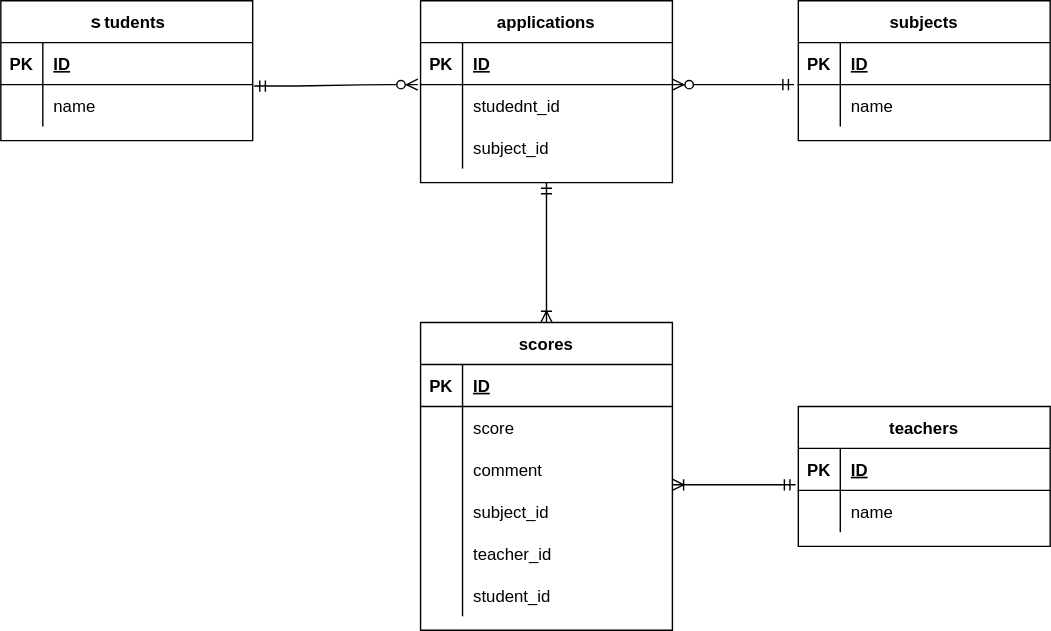
Before: 20221204_koyama03.drawio.svg, a diagram exported from draw.io (koyama-anna/20221203_koyama). Source tidied: cells renumbered, new cells last; positions are measured from the earlier drawing's top-left corner, leaving out a move shared by most shapes. The source it was exported from:
```xml
<mxGraphModel>
  <root>
    <mxCell id="0" />
    <mxCell id="1" parent="0" />
    <mxCell id="2" value="ｓtudents" style="shape=table;startSize=30;rowLines=0;fontStyle=1;align=center;" parent="1" vertex="1">
      <mxGeometry width="180" height="100" as="geometry" />
    </mxCell>
    <mxCell id="3" style="shape=partialRectangle;fillColor=none;top=0;left=0;bottom=1;right=0;" parent="2" vertex="1">
      <mxGeometry y="30" width="180" height="30" as="geometry" />
    </mxCell>
    <mxCell id="4" value="PK" style="shape=partialRectangle;fillColor=none;top=0;left=0;bottom=0;right=0;fontStyle=1;overflow=hidden;" parent="3" vertex="1">
      <mxGeometry width="30" height="30" as="geometry" />
    </mxCell>
    <mxCell id="5" value="ID" style="shape=partialRectangle;fillColor=none;top=0;left=0;bottom=0;right=0;align=left;spacingLeft=6;fontStyle=5;overflow=hidden;" parent="3" vertex="1">
      <mxGeometry x="30" width="150" height="30" as="geometry" />
    </mxCell>
    <mxCell id="6" style="shape=partialRectangle;fillColor=none;top=0;left=0;bottom=0;right=0;points=[[0,0.5],[1,0.5]];portConstraint=eastwest;" parent="2" vertex="1">
      <mxGeometry y="60" width="180" height="30" as="geometry" />
    </mxCell>
    <mxCell id="7" style="shape=partialRectangle;fillColor=none;top=0;left=0;bottom=0;right=0;overflow=hidden;" parent="6" vertex="1">
      <mxGeometry width="30" height="30" as="geometry" />
    </mxCell>
    <mxCell id="8" value="name" style="shape=partialRectangle;fillColor=none;top=0;left=0;bottom=0;right=0;align=left;spacingLeft=6;overflow=hidden;" parent="6" vertex="1">
      <mxGeometry x="30" width="150" height="30" as="geometry" />
    </mxCell>
    <mxCell id="9" value="subjects" style="shape=table;startSize=30;rowLines=0;fontStyle=1;align=center;" parent="1" vertex="1">
      <mxGeometry x="570" width="180" height="100" as="geometry" />
    </mxCell>
    <mxCell id="10" style="shape=partialRectangle;fillColor=none;top=0;left=0;bottom=1;right=0;" parent="9" vertex="1">
      <mxGeometry y="30" width="180" height="30" as="geometry" />
    </mxCell>
    <mxCell id="11" value="PK" style="shape=partialRectangle;fillColor=none;top=0;left=0;bottom=0;right=0;fontStyle=1;overflow=hidden;" parent="10" vertex="1">
      <mxGeometry width="30" height="30" as="geometry" />
    </mxCell>
    <mxCell id="12" value="ID" style="shape=partialRectangle;fillColor=none;top=0;left=0;bottom=0;right=0;align=left;spacingLeft=6;fontStyle=5;overflow=hidden;" parent="10" vertex="1">
      <mxGeometry x="30" width="150" height="30" as="geometry" />
    </mxCell>
    <mxCell id="13" style="shape=partialRectangle;fillColor=none;top=0;left=0;bottom=0;right=0;points=[[0,0.5],[1,0.5]];portConstraint=eastwest;" parent="9" vertex="1">
      <mxGeometry y="60" width="180" height="30" as="geometry" />
    </mxCell>
    <mxCell id="14" style="shape=partialRectangle;fillColor=none;top=0;left=0;bottom=0;right=0;overflow=hidden;" parent="13" vertex="1">
      <mxGeometry width="30" height="30" as="geometry" />
    </mxCell>
    <mxCell id="15" value="name" style="shape=partialRectangle;fillColor=none;top=0;left=0;bottom=0;right=0;align=left;spacingLeft=6;overflow=hidden;" parent="13" vertex="1">
      <mxGeometry x="30" width="150" height="30" as="geometry" />
    </mxCell>
    <mxCell id="16" value="applications" style="shape=table;startSize=30;rowLines=0;fontStyle=1;align=center;" parent="1" vertex="1">
      <mxGeometry x="300" width="180" height="130" as="geometry" />
    </mxCell>
    <mxCell id="17" style="shape=partialRectangle;fillColor=none;top=0;left=0;bottom=1;right=0;" parent="16" vertex="1">
      <mxGeometry y="30" width="180" height="30" as="geometry" />
    </mxCell>
    <mxCell id="18" value="PK" style="shape=partialRectangle;fillColor=none;top=0;left=0;bottom=0;right=0;fontStyle=1;overflow=hidden;" parent="17" vertex="1">
      <mxGeometry width="30" height="30" as="geometry" />
    </mxCell>
    <mxCell id="19" value="ID" style="shape=partialRectangle;fillColor=none;top=0;left=0;bottom=0;right=0;align=left;spacingLeft=6;fontStyle=5;overflow=hidden;" parent="17" vertex="1">
      <mxGeometry x="30" width="150" height="30" as="geometry" />
    </mxCell>
    <mxCell id="20" style="shape=partialRectangle;fillColor=none;top=0;left=0;bottom=0;right=0;points=[[0,0.5],[1,0.5]];portConstraint=eastwest;" parent="16" vertex="1">
      <mxGeometry y="60" width="180" height="30" as="geometry" />
    </mxCell>
    <mxCell id="21" style="shape=partialRectangle;fillColor=none;top=0;left=0;bottom=0;right=0;overflow=hidden;" parent="20" vertex="1">
      <mxGeometry width="30" height="30" as="geometry" />
    </mxCell>
    <mxCell id="22" value="studednt_id" style="shape=partialRectangle;fillColor=none;top=0;left=0;bottom=0;right=0;align=left;spacingLeft=6;overflow=hidden;" parent="20" vertex="1">
      <mxGeometry x="30" width="150" height="30" as="geometry" />
    </mxCell>
    <mxCell id="23" style="shape=partialRectangle;fillColor=none;top=0;left=0;bottom=0;right=0;" parent="16" vertex="1">
      <mxGeometry y="90" width="180" height="30" as="geometry" />
    </mxCell>
    <mxCell id="24" style="shape=partialRectangle;fillColor=none;top=0;left=0;bottom=0;right=0;overflow=hidden;" parent="23" vertex="1">
      <mxGeometry width="30" height="30" as="geometry" />
    </mxCell>
    <mxCell id="25" value="subject_id" style="shape=partialRectangle;fillColor=none;top=0;left=0;bottom=0;right=0;align=left;spacingLeft=6;overflow=hidden;" parent="23" vertex="1">
      <mxGeometry x="30" width="150" height="30" as="geometry" />
    </mxCell>
    <mxCell id="26" value="scores" style="shape=table;startSize=30;rowLines=0;fontStyle=1;align=center;" parent="1" vertex="1">
      <mxGeometry x="300" y="230" width="180" height="220" as="geometry" />
    </mxCell>
    <mxCell id="27" style="shape=partialRectangle;fillColor=none;top=0;left=0;bottom=1;right=0;" parent="26" vertex="1">
      <mxGeometry y="30" width="180" height="30" as="geometry" />
    </mxCell>
    <mxCell id="28" value="PK" style="shape=partialRectangle;fillColor=none;top=0;left=0;bottom=0;right=0;fontStyle=1;overflow=hidden;" parent="27" vertex="1">
      <mxGeometry width="30" height="30" as="geometry" />
    </mxCell>
    <mxCell id="29" value="ID" style="shape=partialRectangle;fillColor=none;top=0;left=0;bottom=0;right=0;align=left;spacingLeft=6;fontStyle=5;overflow=hidden;" parent="27" vertex="1">
      <mxGeometry x="30" width="150" height="30" as="geometry" />
    </mxCell>
    <mxCell id="30" style="shape=partialRectangle;fillColor=none;top=0;left=0;bottom=0;right=0;" parent="26" vertex="1">
      <mxGeometry y="60" width="180" height="30" as="geometry" />
    </mxCell>
    <mxCell id="31" style="shape=partialRectangle;fillColor=none;top=0;left=0;bottom=0;right=0;overflow=hidden;" parent="30" vertex="1">
      <mxGeometry width="30" height="30" as="geometry" />
    </mxCell>
    <mxCell id="32" value="score" style="shape=partialRectangle;fillColor=none;top=0;left=0;bottom=0;right=0;align=left;spacingLeft=6;overflow=hidden;" parent="30" vertex="1">
      <mxGeometry x="30" width="150" height="30" as="geometry" />
    </mxCell>
    <mxCell id="33" style="shape=partialRectangle;fillColor=none;top=0;left=0;bottom=0;right=0;" parent="26" vertex="1">
      <mxGeometry y="90" width="180" height="30" as="geometry" />
    </mxCell>
    <mxCell id="34" style="shape=partialRectangle;fillColor=none;top=0;left=0;bottom=0;right=0;overflow=hidden;" parent="33" vertex="1">
      <mxGeometry width="30" height="30" as="geometry" />
    </mxCell>
    <mxCell id="35" value="comment" style="shape=partialRectangle;fillColor=none;top=0;left=0;bottom=0;right=0;align=left;spacingLeft=6;overflow=hidden;" parent="33" vertex="1">
      <mxGeometry x="30" width="150" height="30" as="geometry" />
    </mxCell>
    <mxCell id="36" style="shape=partialRectangle;fillColor=none;top=0;left=0;bottom=0;right=0;" parent="26" vertex="1">
      <mxGeometry y="120" width="180" height="30" as="geometry" />
    </mxCell>
    <mxCell id="37" style="shape=partialRectangle;fillColor=none;top=0;left=0;bottom=0;right=0;overflow=hidden;" parent="36" vertex="1">
      <mxGeometry width="30" height="30" as="geometry" />
    </mxCell>
    <mxCell id="38" value="subject_id" style="shape=partialRectangle;fillColor=none;top=0;left=0;bottom=0;right=0;align=left;spacingLeft=6;overflow=hidden;" parent="36" vertex="1">
      <mxGeometry x="30" width="150" height="30" as="geometry" />
    </mxCell>
    <mxCell id="39" style="shape=partialRectangle;fillColor=none;top=0;left=0;bottom=0;right=0;" parent="26" vertex="1">
      <mxGeometry y="150" width="180" height="30" as="geometry" />
    </mxCell>
    <mxCell id="40" style="shape=partialRectangle;fillColor=none;top=0;left=0;bottom=0;right=0;overflow=hidden;" parent="39" vertex="1">
      <mxGeometry width="30" height="30" as="geometry" />
    </mxCell>
    <mxCell id="41" value="teacher_id" style="shape=partialRectangle;fillColor=none;top=0;left=0;bottom=0;right=0;align=left;spacingLeft=6;overflow=hidden;" parent="39" vertex="1">
      <mxGeometry x="30" width="150" height="30" as="geometry" />
    </mxCell>
    <mxCell id="42" style="shape=partialRectangle;fillColor=none;top=0;left=0;bottom=0;right=0;" parent="26" vertex="1">
      <mxGeometry y="180" width="180" height="30" as="geometry" />
    </mxCell>
    <mxCell id="43" style="shape=partialRectangle;fillColor=none;top=0;left=0;bottom=0;right=0;overflow=hidden;" parent="42" vertex="1">
      <mxGeometry width="30" height="30" as="geometry" />
    </mxCell>
    <mxCell id="44" value="student_id" style="shape=partialRectangle;fillColor=none;top=0;left=0;bottom=0;right=0;align=left;spacingLeft=6;overflow=hidden;" parent="42" vertex="1">
      <mxGeometry x="30" width="150" height="30" as="geometry" />
    </mxCell>
    <mxCell id="45" value="teachers" style="shape=table;startSize=30;rowLines=0;fontStyle=1;align=center;" parent="1" vertex="1">
      <mxGeometry x="570" y="290" width="180" height="100" as="geometry" />
    </mxCell>
    <mxCell id="46" style="shape=partialRectangle;fillColor=none;top=0;left=0;bottom=1;right=0;points=[[0,0.5],[1,0.5]];portConstraint=eastwest;" parent="45" vertex="1">
      <mxGeometry y="30" width="180" height="30" as="geometry" />
    </mxCell>
    <mxCell id="47" value="PK" style="shape=partialRectangle;fillColor=none;top=0;left=0;bottom=0;right=0;fontStyle=1;overflow=hidden;" parent="46" vertex="1">
      <mxGeometry width="30" height="30" as="geometry" />
    </mxCell>
    <mxCell id="48" value="ID" style="shape=partialRectangle;fillColor=none;top=0;left=0;bottom=0;right=0;align=left;spacingLeft=6;fontStyle=5;overflow=hidden;" parent="46" vertex="1">
      <mxGeometry x="30" width="150" height="30" as="geometry" />
    </mxCell>
    <mxCell id="49" style="shape=partialRectangle;fillColor=none;top=0;left=0;bottom=0;right=0;" parent="45" vertex="1">
      <mxGeometry y="60" width="180" height="30" as="geometry" />
    </mxCell>
    <mxCell id="50" style="shape=partialRectangle;fillColor=none;top=0;left=0;bottom=0;right=0;overflow=hidden;" parent="49" vertex="1">
      <mxGeometry width="30" height="30" as="geometry" />
    </mxCell>
    <mxCell id="51" value="name" style="shape=partialRectangle;fillColor=none;top=0;left=0;bottom=0;right=0;align=left;spacingLeft=6;overflow=hidden;" parent="49" vertex="1">
      <mxGeometry x="30" width="150" height="30" as="geometry" />
    </mxCell>
    <mxCell id="52" style="edgeStyle=entityRelationEdgeStyle;fontSize=12;html=1;endArrow=ERzeroToMany;startArrow=ERmandOne;entryX=-0.011;entryY=0;entryDx=0;entryDy=0;entryPerimeter=0;exitX=1.006;exitY=0.033;exitDx=0;exitDy=0;exitPerimeter=0;" parent="1" edge="1" source="6" target="20">
      <mxGeometry relative="1" as="geometry" />
    </mxCell>
    <mxCell id="53" style="fontSize=12;html=1;endArrow=ERzeroToMany;startArrow=ERmandOne;entryX=1;entryY=0;entryDx=0;entryDy=0;exitX=-0.017;exitY=0;exitDx=0;exitDy=0;exitPerimeter=0;entryPerimeter=0;" parent="1" edge="1" source="13" target="20">
      <mxGeometry relative="1" as="geometry" />
    </mxCell>
    <mxCell id="54" style="fontSize=12;html=1;endArrow=ERoneToMany;startArrow=ERmandOne;exitX=-0.011;exitY=0.867;exitDx=0;exitDy=0;exitPerimeter=0;" parent="1" edge="1" source="46">
      <mxGeometry relative="1" as="geometry">
        <mxPoint x="480" y="346" as="targetPoint" />
      </mxGeometry>
    </mxCell>
    <mxCell id="55" style="fontSize=12;html=1;endArrow=ERoneToMany;startArrow=ERmandOne;entryX=0.5;entryY=0;entryDx=0;entryDy=0;exitX=0.5;exitY=1;exitDx=0;exitDy=0;" parent="1" edge="1" source="16" target="26">
      <mxGeometry relative="1" as="geometry" />
    </mxCell>
  </root>
</mxGraphModel>
```
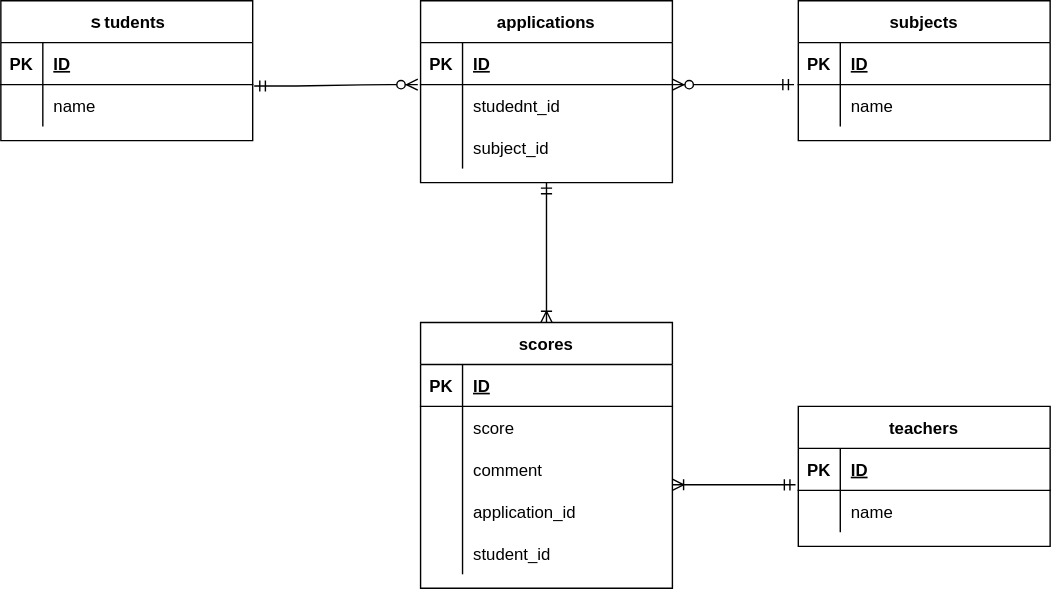
Above is the later version.

Change to the diagram source:
```diff
@@ -75,7 +75,7 @@
       <mxGeometry x="30" width="150" height="30" as="geometry" />
     </mxCell>
     <mxCell id="26" value="scores" style="shape=table;startSize=30;rowLines=0;fontStyle=1;align=center;" parent="1" vertex="1">
-      <mxGeometry x="300" y="230" width="180" height="220" as="geometry" />
+      <mxGeometry x="300" y="230" width="180" height="190" as="geometry" />
     </mxCell>
     <mxCell id="27" style="shape=partialRectangle;fillColor=none;top=0;left=0;bottom=1;right=0;" parent="26" vertex="1">
       <mxGeometry y="30" width="180" height="30" as="geometry" />
@@ -110,20 +110,11 @@
     <mxCell id="37" style="shape=partialRectangle;fillColor=none;top=0;left=0;bottom=0;right=0;overflow=hidden;" parent="36" vertex="1">
       <mxGeometry width="30" height="30" as="geometry" />
     </mxCell>
-    <mxCell id="38" value="subject_id" style="shape=partialRectangle;fillColor=none;top=0;left=0;bottom=0;right=0;align=left;spacingLeft=6;overflow=hidden;" parent="36" vertex="1">
+    <mxCell id="38" value="application_id" style="shape=partialRectangle;fillColor=none;top=0;left=0;bottom=0;right=0;align=left;spacingLeft=6;overflow=hidden;" parent="36" vertex="1">
       <mxGeometry x="30" width="150" height="30" as="geometry" />
     </mxCell>
-    <mxCell id="39" style="shape=partialRectangle;fillColor=none;top=0;left=0;bottom=0;right=0;" parent="26" vertex="1">
-      <mxGeometry y="150" width="180" height="30" as="geometry" />
-    </mxCell>
-    <mxCell id="40" style="shape=partialRectangle;fillColor=none;top=0;left=0;bottom=0;right=0;overflow=hidden;" parent="39" vertex="1">
-      <mxGeometry width="30" height="30" as="geometry" />
-    </mxCell>
-    <mxCell id="41" value="teacher_id" style="shape=partialRectangle;fillColor=none;top=0;left=0;bottom=0;right=0;align=left;spacingLeft=6;overflow=hidden;" parent="39" vertex="1">
-      <mxGeometry x="30" width="150" height="30" as="geometry" />
-    </mxCell>
     <mxCell id="42" style="shape=partialRectangle;fillColor=none;top=0;left=0;bottom=0;right=0;" parent="26" vertex="1">
-      <mxGeometry y="180" width="180" height="30" as="geometry" />
+      <mxGeometry y="150" width="180" height="30" as="geometry" />
     </mxCell>
     <mxCell id="43" style="shape=partialRectangle;fillColor=none;top=0;left=0;bottom=0;right=0;overflow=hidden;" parent="42" vertex="1">
       <mxGeometry width="30" height="30" as="geometry" />
```
